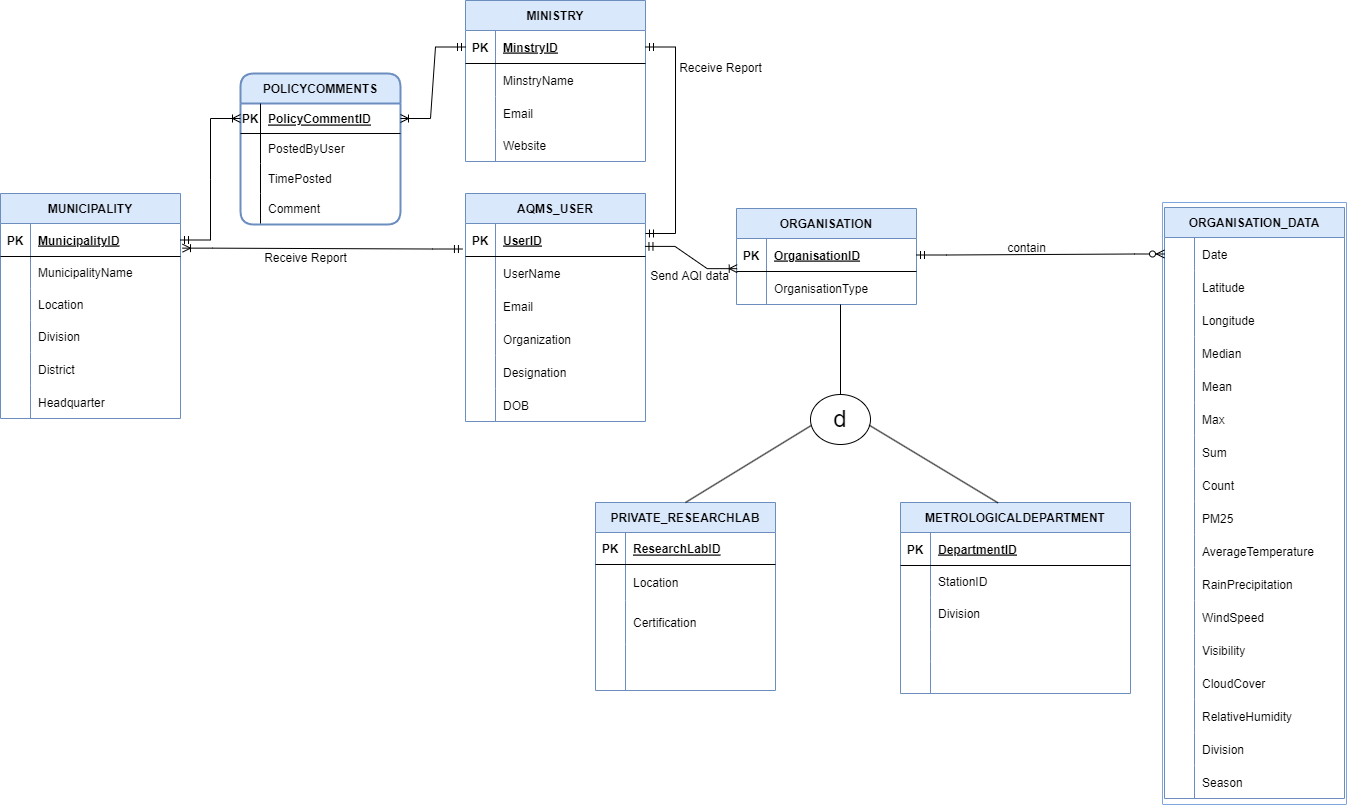
Above: EERD.png in toushifhossain1/AirQualityMonitoringOfBangladesh (draw.io), before the change. Source tidied: cells renumbered, new cells last; positions are measured from the earlier drawing's top-left corner, leaving out a move shared by most shapes.
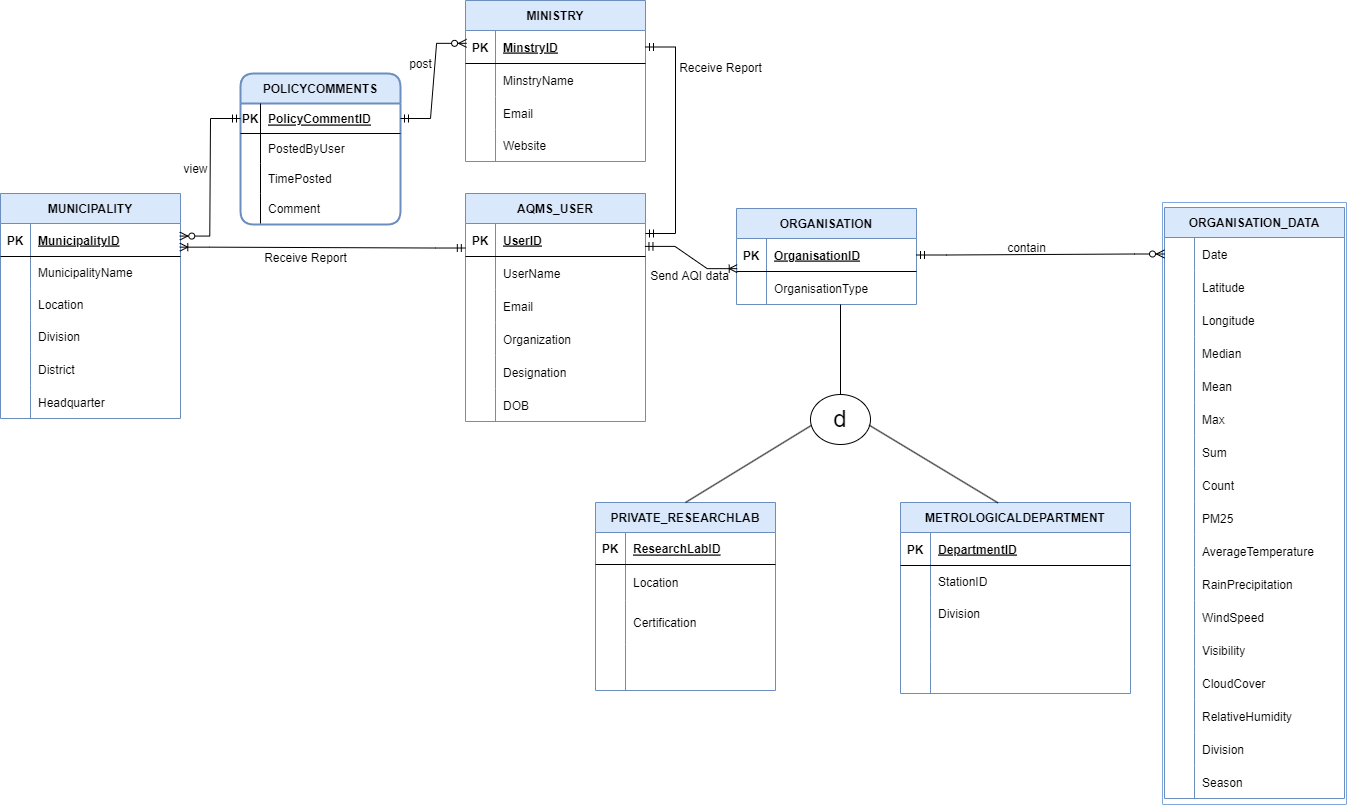
After the commit.

Diff of the diagram source:
```diff
@@ -257,7 +257,7 @@
     <mxCell id="86" value="Receive Report" style="text;html=1;align=center;verticalAlign=middle;strokeColor=none;fillColor=none;" parent="1" vertex="1">
       <mxGeometry x="665" y="53" width="110" height="30" as="geometry" />
     </mxCell>
-    <mxCell id="87" style="edgeStyle=entityRelationEdgeStyle;fontSize=12;html=1;endArrow=ERoneToMany;startArrow=ERmandOne;rounded=0;entryX=1.011;entryY=0.747;entryDx=0;entryDy=0;exitX=-0.017;exitY=0.773;exitDx=0;exitDy=0;entryPerimeter=0;exitPerimeter=0;" parent="1" edge="1" source="3" target="22">
+    <mxCell id="87" style="edgeStyle=entityRelationEdgeStyle;fontSize=12;html=1;endArrow=ERoneToMany;startArrow=ERmandOne;rounded=0;entryX=0.996;entryY=0.717;entryDx=0;entryDy=0;exitX=-0.001;exitY=0.743;exitDx=0;exitDy=0;entryPerimeter=0;exitPerimeter=0;" parent="1" edge="1" source="3" target="22">
       <mxGeometry relative="1" as="geometry" />
     </mxCell>
     <mxCell id="88" value="POLICYCOMMENTS" style="swimlane;horizontal=1;startSize=30;rounded=1;fontSize=12;fontStyle=1;strokeWidth=2;shadow=0;dashed=0;align=center;swimlaneLine=1;fillColor=#dae8fc;strokeColor=#6c8ebf;" parent="1" vertex="1">
@@ -302,12 +302,6 @@
     <mxCell id="101" value="Comment" style="shape=partialRectangle;fillColor=none;top=0;left=0;bottom=0;right=0;align=left;spacingLeft=6;overflow=hidden;rounded=0;shadow=0;sketch=0;" parent="99" vertex="1">
       <mxGeometry x="20" width="140" height="30" as="geometry" />
     </mxCell>
-    <mxCell id="102" style="edgeStyle=entityRelationEdgeStyle;fontSize=12;html=1;endArrow=ERoneToMany;startArrow=ERmandOne;rounded=0;entryX=1;entryY=0.5;entryDx=0;entryDy=0;exitX=0;exitY=0.5;exitDx=0;exitDy=0;" parent="1" edge="1" source="54" target="90">
-      <mxGeometry relative="1" as="geometry" />
-    </mxCell>
-    <mxCell id="103" style="edgeStyle=entityRelationEdgeStyle;fontSize=12;html=1;endArrow=ERoneToMany;startArrow=ERmandOne;rounded=0;entryX=0;entryY=0.5;entryDx=0;entryDy=0;" parent="1" edge="1" source="22" target="90">
-      <mxGeometry relative="1" as="geometry" />
-    </mxCell>
     <mxCell id="104" value="ORGANISATION" style="shape=table;startSize=30;rowLines=0;fontStyle=1;align=center;fillColor=#dae8fc;strokeColor=#6c8ebf;" parent="1" vertex="1">
       <mxGeometry x="736" y="208" width="180" height="96" as="geometry" />
     </mxCell>
@@ -533,5 +527,17 @@
     <mxCell id="174" value="Send AQI data" style="text;html=1;align=center;verticalAlign=middle;strokeColor=none;fillColor=none;" parent="1" vertex="1">
       <mxGeometry x="639" y="261" width="100" height="30" as="geometry" />
     </mxCell>
+    <mxCell id="175" style="edgeStyle=entityRelationEdgeStyle;fontSize=12;html=1;endArrow=ERzeroToMany;startArrow=ERmandOne;rounded=0;strokeColor=#000000;entryX=0.996;entryY=0.381;entryDx=0;entryDy=0;entryPerimeter=0;exitX=0;exitY=0.5;exitDx=0;exitDy=0;" parent="1" edge="1" source="90" target="22">
+      <mxGeometry relative="1" as="geometry" />
+    </mxCell>
+    <mxCell id="176" style="edgeStyle=entityRelationEdgeStyle;fontSize=12;html=1;endArrow=ERzeroToMany;startArrow=ERmandOne;rounded=0;strokeColor=#000000;entryX=0.006;entryY=0.389;entryDx=0;entryDy=0;entryPerimeter=0;exitX=1;exitY=0.5;exitDx=0;exitDy=0;" parent="1" edge="1" source="90" target="54">
+      <mxGeometry relative="1" as="geometry" />
+    </mxCell>
+    <mxCell id="177" value="post" style="text;html=1;align=center;verticalAlign=middle;strokeColor=none;fillColor=none;" parent="1" vertex="1">
+      <mxGeometry x="395" y="49" width="50" height="30" as="geometry" />
+    </mxCell>
+    <mxCell id="178" value="view" style="text;html=1;align=center;verticalAlign=middle;strokeColor=none;fillColor=none;" parent="1" vertex="1">
+      <mxGeometry x="170" y="154" width="50" height="30" as="geometry" />
+    </mxCell>
   </root>
 </mxGraphModel>
```
